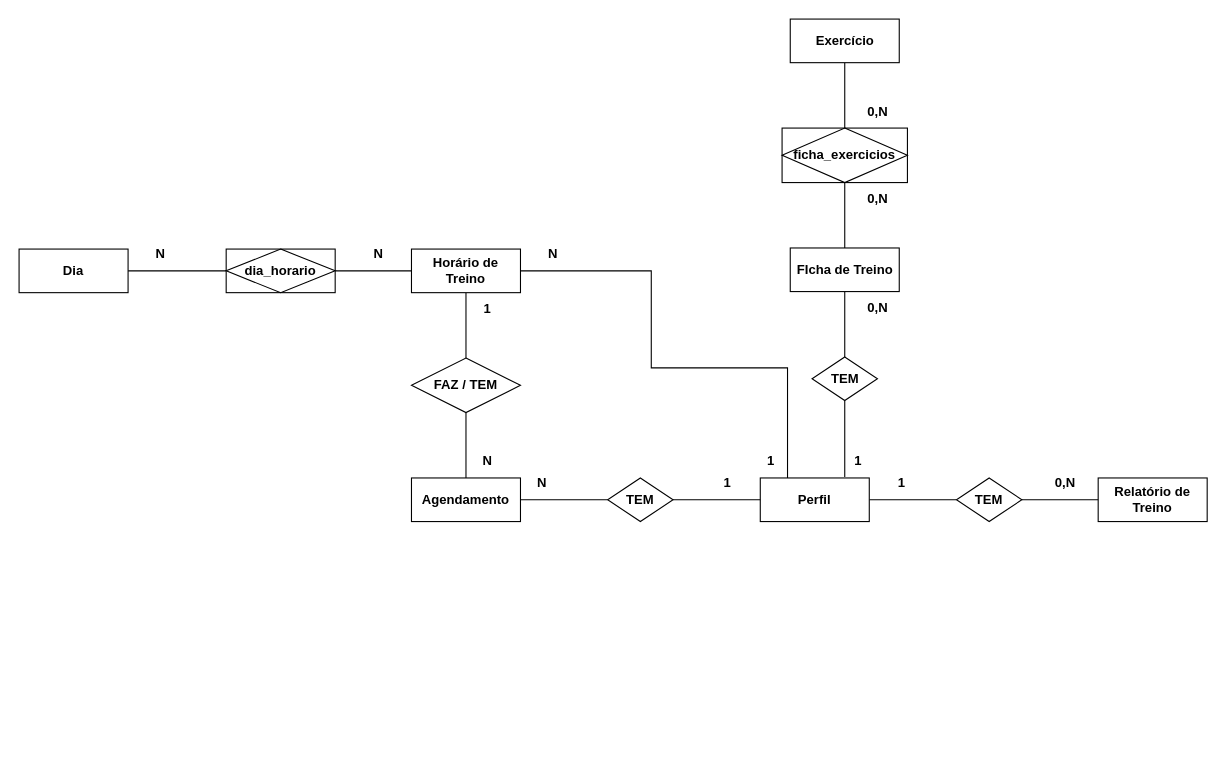
Above: gyma-der.drawio in gyma-project/gyma-docs (draw.io), before the change. Source tidied: cells renumbered, new cells numbered last; positions are measured from the earlier drawing's top-left corner, leaving out a move shared by most shapes. Both pictures are drawn from the tidied source at 109%, with x=0, y=0 at pixel (19, 19).
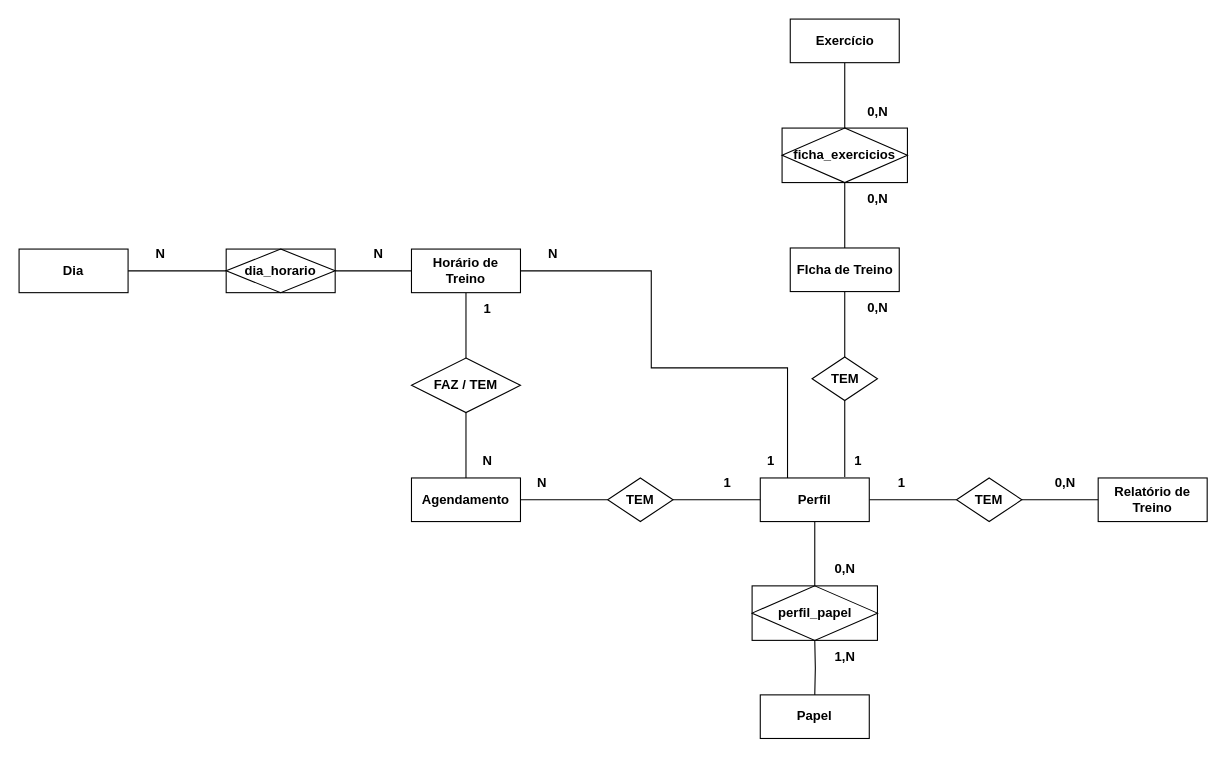
After the change.

Commit message (it also covers changes not shown here):
refactor: alterando der e modelo logico

The change refers to these unchanged cells:
```xml
<mxCell id="12" value="&lt;b&gt;Perfil&lt;/b&gt;" style="whiteSpace=wrap;html=1;align=center;" parent="1" vertex="1">
  <mxGeometry x="680" y="421" width="100" height="40" as="geometry" />
</mxCell>
```

The edit, as a diff of the source:
```diff
@@
+    <mxCell id="42" style="edgeStyle=orthogonalEdgeStyle;rounded=0;jettySize=auto;html=1;exitX=0.5;exitY=1;exitDx=0;exitDy=0;entryX=0.5;entryY=0;entryDx=0;entryDy=0;endArrow=none;endFill=0;" parent="1" edge="1" source="12">
+      <mxGeometry relative="1" as="geometry">
+        <mxPoint x="730" y="530" as="targetPoint" />
+      </mxGeometry>
+    </mxCell>
@@
+    <mxCell id="43" value="Papel" style="whiteSpace=wrap;html=1;align=center;fontStyle=1;" parent="1" vertex="1">
+      <mxGeometry x="680" y="620" width="100" height="40" as="geometry" />
+    </mxCell>
+    <mxCell id="44" style="edgeStyle=orthogonalEdgeStyle;rounded=0;jettySize=auto;html=1;exitX=0.5;exitY=1;exitDx=0;exitDy=0;entryX=0.5;entryY=0;entryDx=0;entryDy=0;endArrow=none;endFill=0;" parent="1" edge="1" target="43">
+      <mxGeometry relative="1" as="geometry">
+        <mxPoint x="730" y="570" as="sourcePoint" />
+      </mxGeometry>
+    </mxCell>
+    <mxCell id="45" value="perfil_papel" style="shape=associativeEntity;whiteSpace=wrap;html=1;align=center;fontStyle=1;" parent="1" vertex="1">
+      <mxGeometry x="672.5" y="520" width="115" height="50" as="geometry" />
+    </mxCell>
+    <mxCell id="46" value="1,N" style="text;html=1;align=center;verticalAlign=middle;whiteSpace=wrap;rounded=0;fontStyle=1;" parent="1" vertex="1">
+      <mxGeometry x="727.5" y="570" width="60" height="30" as="geometry" />
+    </mxCell>
+    <mxCell id="47" value="0,N" style="text;html=1;align=center;verticalAlign=middle;whiteSpace=wrap;rounded=0;fontStyle=1;" parent="1" vertex="1">
+      <mxGeometry x="727.5" y="490" width="60" height="30" as="geometry" />
+    </mxCell>
```
